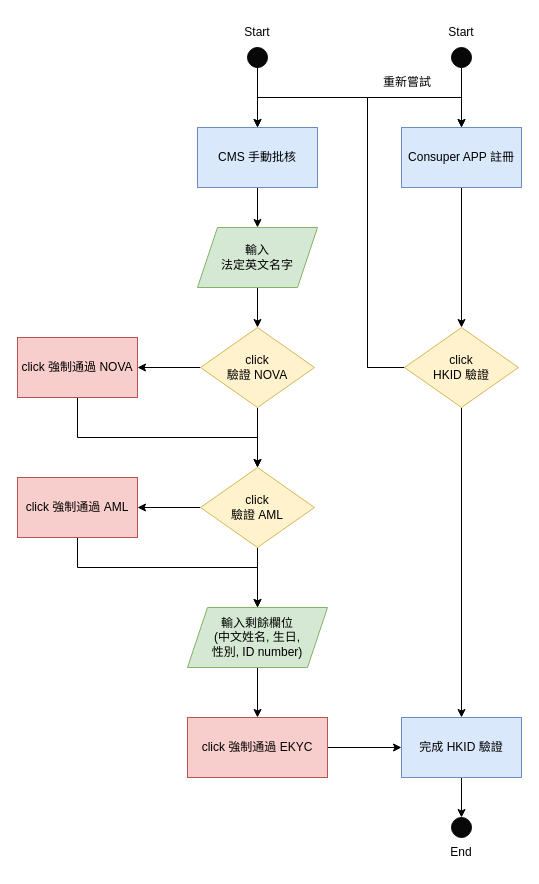
Before: hkid_cms_flow.drawio in robbywu-linkage/robbywu-linkage, a draw.io diagram. Source tidied: cells renumbered, new cells numbered last; positions are measured from the earlier drawing's top-left corner, leaving out a move shared by most shapes. Both pictures are drawn from the tidied source at 100%, with x=0, y=0 at pixel (17, 17).
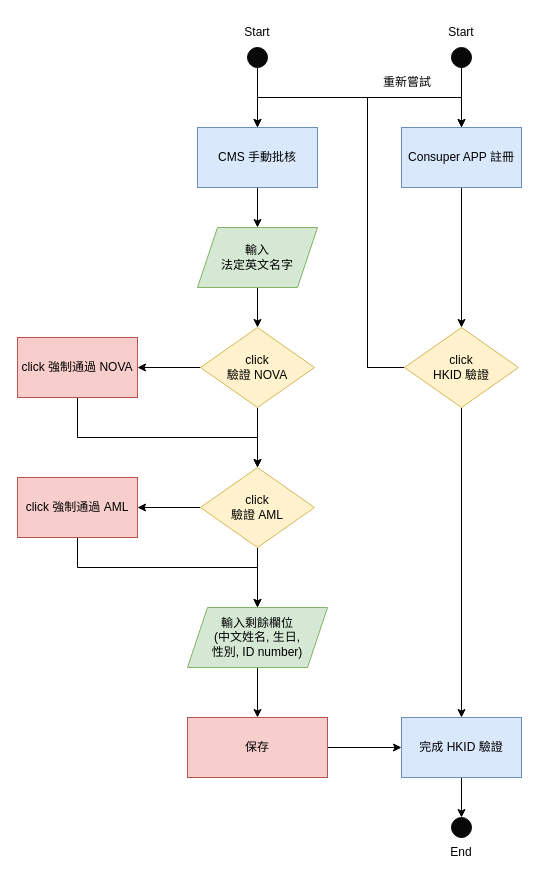
After the change.

Change to the diagram source:
```diff
@@
-    <mxCell id="33" value="click 強制通過 EKYC" style="whiteSpace=wrap;html=1;rounded=0;fillColor=#f8cecc;strokeColor=#b85450;" parent="1" vertex="1">
+    <mxCell id="33" value="保存" style="whiteSpace=wrap;html=1;rounded=0;fillColor=#f8cecc;strokeColor=#b85450;" parent="1" vertex="1">
       <mxGeometry x="170" y="700" width="140" height="60" as="geometry" />
     </mxCell>
```
